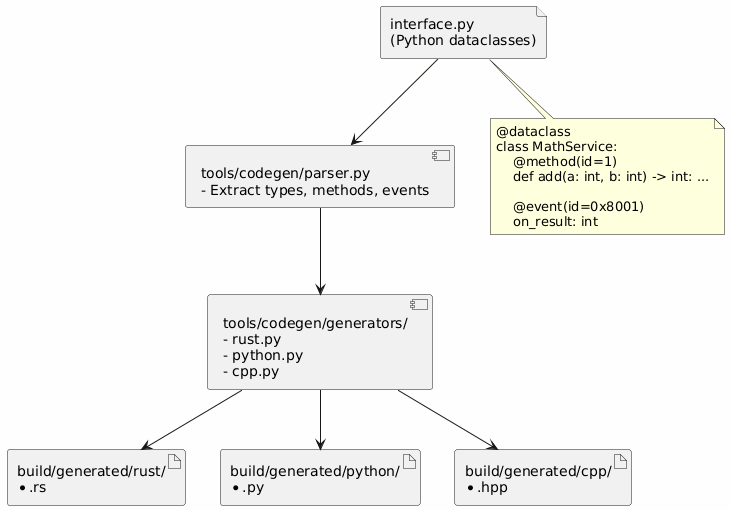
Earlier version of the PlantUML export docs/images/codegen_pipeline.png (arunj123/fusion-hawking).
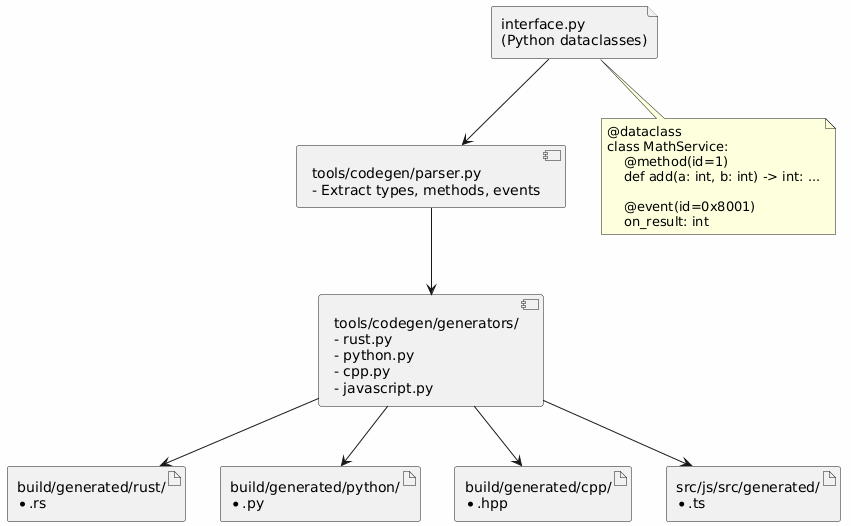
Above is the later version.

Change to the diagram source:
```diff
@@ -3,17 +3,22 @@
 
 file "interface.py\n(Python dataclasses)" as IDL
 component "tools/codegen/parser.py\n- Extract types, methods, events" as Parser
-component "tools/codegen/generators/\n- rust.py\n- python.py\n- cpp.py" as Generators
+component "tools/codegen/generators/\n- rust.py\n- python.py\n- cpp.py\n- javascript.py" as Generators
+
 
 artifact "build/generated/rust/\n*.rs" as RustGen
 artifact "build/generated/python/\n*.py" as PyGen
 artifact "build/generated/cpp/\n*.hpp" as CppGen
+artifact "src/js/src/generated/\n*.ts" as JsGen
+
 
 IDL --> Parser
 Parser --> Generators
 Generators --> RustGen
 Generators --> PyGen
 Generators --> CppGen
+Generators --> JsGen
+
 
 note bottom of IDL
   @dataclass
```
